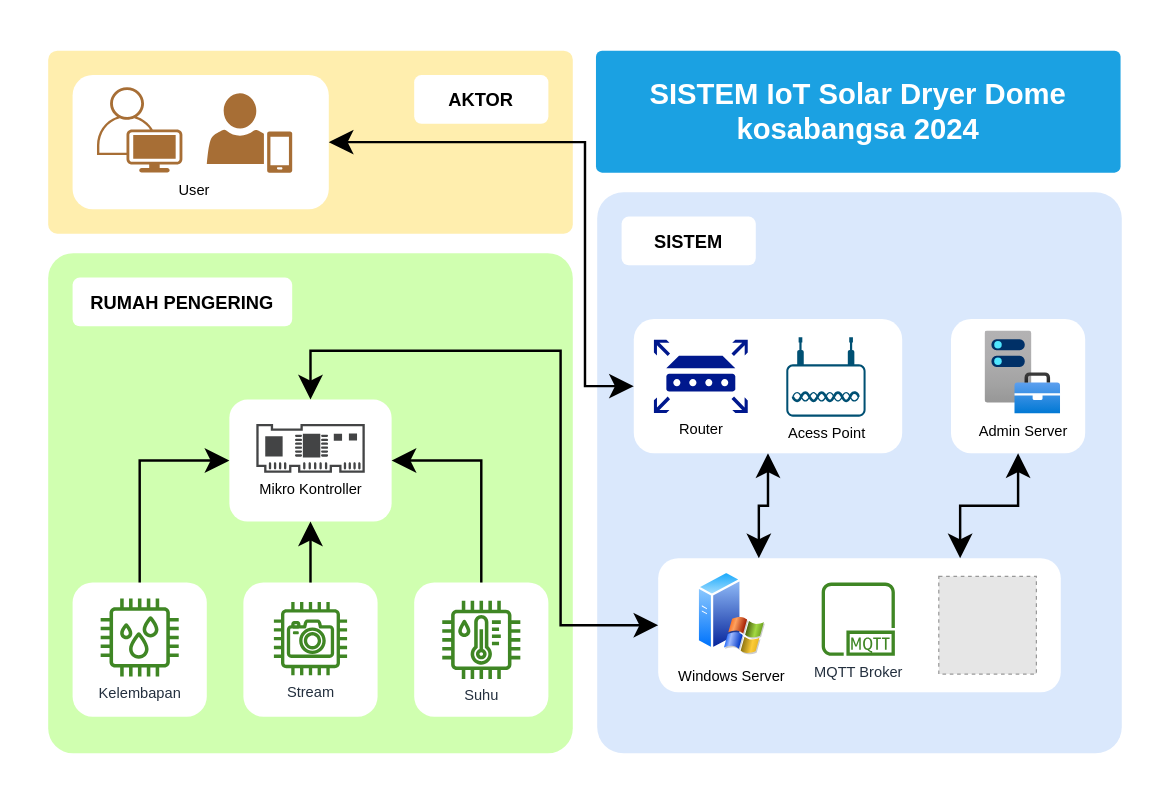
Before: iot/sketch/sketch.drawio in syukrillah0108/Kosabangsa2024, a draw.io diagram. Source tidied: cells renumbered, new cells numbered last; positions are measured from the earlier drawing's top-left corner, leaving out a move shared by most shapes. Both pictures are drawn from the tidied source at 122%, with x=0, y=0 at pixel (21, 21). Pictures stored in the file or linked from it are replaced by grey dashed boxes.
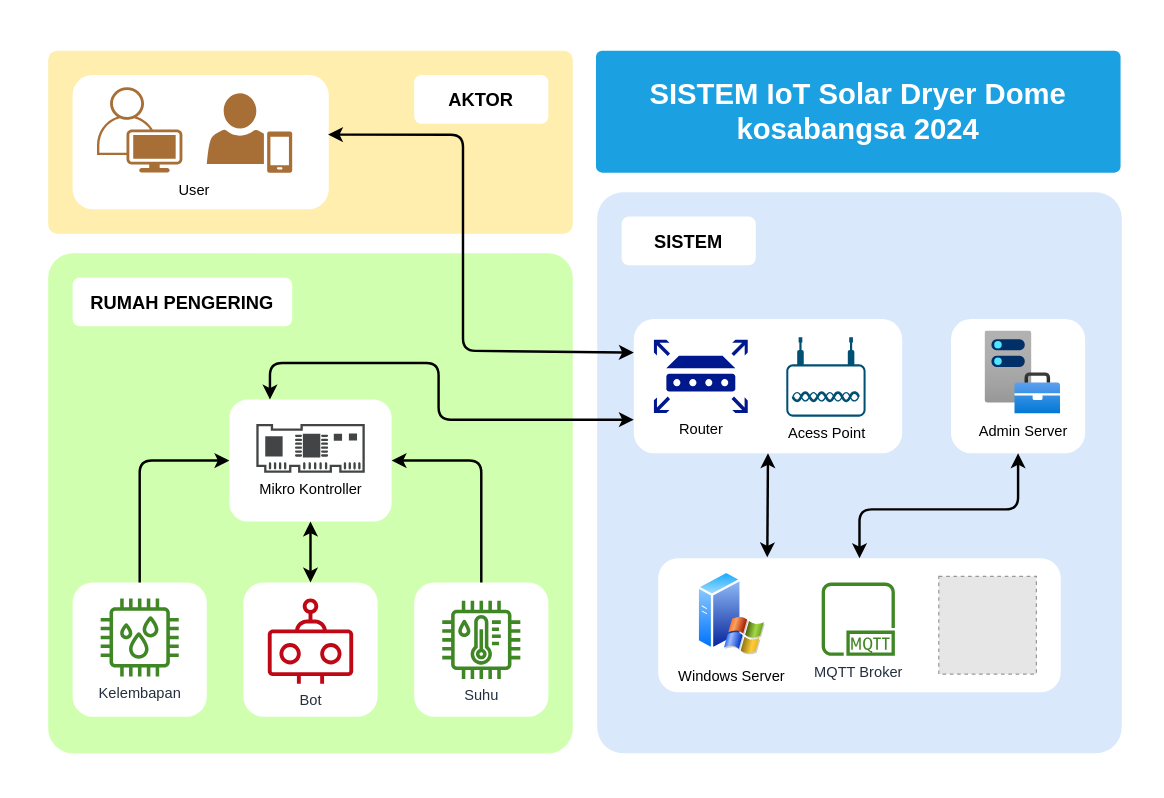
The same page after the edit.

Commit message (it also covers changes not shown here):
uodate sketch

Unchanged cells that the change refers to:
```xml
<mxCell id="7" style="rounded=1;whiteSpace=wrap;html=1;strokeColor=none;" parent="6" vertex="1">
  <mxGeometry width="110" height="110" as="geometry" />
</mxCell>
<mxCell id="9" style="rounded=1;whiteSpace=wrap;html=1;strokeColor=none;" parent="1" vertex="1">
  <mxGeometry x="522" y="440" width="330" height="110" as="geometry" />
</mxCell>
<mxCell id="14" style="rounded=1;whiteSpace=wrap;html=1;strokeColor=none;" parent="13" vertex="1">
  <mxGeometry width="220" height="110" as="geometry" />
</mxCell>
<mxCell id="20" style="rounded=1;whiteSpace=wrap;html=1;strokeColor=none;" parent="19" vertex="1">
  <mxGeometry width="210" height="110" as="geometry" />
</mxCell>
<mxCell id="28" style="rounded=1;whiteSpace=wrap;html=1;strokeColor=none;" parent="27" vertex="1">
  <mxGeometry width="110" height="110" as="geometry" />
</mxCell>
<mxCell id="31" style="rounded=1;whiteSpace=wrap;html=1;strokeColor=none;" parent="30" vertex="1">
  <mxGeometry width="110" height="110" as="geometry" />
</mxCell>
<mxCell id="34" style="rounded=1;whiteSpace=wrap;html=1;strokeColor=none;" parent="33" vertex="1">
  <mxGeometry width="133" height="100" as="geometry" />
</mxCell>
```

What changed in the source:
```diff
@@
-    <mxCell id="5" style="endArrow=classic;startArrow=classic;html=1;rounded=0;fontSize=15;startSize=14;endSize=14;sourcePerimeterSpacing=8;targetPerimeterSpacing=8;exitX=0.5;exitY=1;exitDx=0;exitDy=0;entryX=0.25;entryY=0;entryDx=0;entryDy=0;strokeWidth=2;edgeStyle=orthogonalEdgeStyle;" parent="1" edge="1" source="14" target="9">
-      <mxGeometry relative="1" as="geometry" />
-    </mxCell>
@@
-    <mxCell id="17" style="endArrow=classic;startArrow=classic;html=1;rounded=0;fontSize=15;startSize=14;endSize=14;sourcePerimeterSpacing=8;targetPerimeterSpacing=8;exitX=0.5;exitY=1;exitDx=0;exitDy=0;entryX=0.75;entryY=0;entryDx=0;entryDy=0;strokeWidth=2;edgeStyle=orthogonalEdgeStyle;" parent="1" edge="1" source="7" target="9">
-      <mxGeometry relative="1" as="geometry" />
-    </mxCell>
@@
     <mxCell id="27" style="group;" parent="1" vertex="1">
-      <mxGeometry x="322" y="460" width="110" height="110" as="geometry" />
+      <mxGeometry x="322" y="460" width="138" height="110" as="geometry" />
     </mxCell>
@@
+    <mxCell id="45" style="rounded=1;whiteSpace=wrap;html=1;strokeColor=none;" parent="1" vertex="1">
+      <mxGeometry x="182" y="460" width="110" height="110" as="geometry" />
+    </mxCell>
+    <mxCell id="46" value="Bot" style="sketch=0;fontColor=#232F3E;gradientColor=none;fillColor=#BF0816;strokeColor=none;dashed=0;verticalLabelPosition=bottom;verticalAlign=top;align=center;html=1;fontSize=12;fontStyle=0;shape=mxgraph.aws4.waf_bot;" parent="1" vertex="1">
+      <mxGeometry x="202" y="473" width="70" height="70" as="geometry" />
+    </mxCell>
+    <mxCell id="47" style="endArrow=classic;startArrow=classic;html=1;strokeWidth=2;exitX=0.5;exitY=0;exitDx=0;exitDy=0;entryX=0.5;entryY=1;entryDx=0;entryDy=0;" parent="1" edge="1" source="45" target="34">
+      <mxGeometry relative="1" as="geometry" />
+    </mxCell>
-    <mxCell id="37" style="endArrow=classic;html=1;rounded=0;strokeWidth=2;fontSize=12;startSize=14;endSize=14;sourcePerimeterSpacing=8;targetPerimeterSpacing=8;exitX=0.5;exitY=0;exitDx=0;exitDy=0;entryX=0;entryY=0.5;entryDx=0;entryDy=0;" parent="1" edge="1" source="31" target="34">
+    <mxCell id="37" style="endArrow=classic;html=1;strokeWidth=2;exitX=0.5;exitY=0;exitDx=0;exitDy=0;entryX=0;entryY=0.5;entryDx=0;entryDy=0;" parent="1" edge="1" source="31" target="34">
       <mxGeometry relative="1" as="geometry">
         <Array as="points">
           <mxPoint x="97" y="360" />
         </Array>
       </mxGeometry>
     </mxCell>
-    <mxCell id="38" style="endArrow=classic;html=1;rounded=0;strokeWidth=2;fontSize=12;startSize=14;endSize=14;sourcePerimeterSpacing=8;targetPerimeterSpacing=8;exitX=0.5;exitY=0;exitDx=0;exitDy=0;entryX=1;entryY=0.5;entryDx=0;entryDy=0;" parent="1" edge="1" source="28" target="34">
+    <mxCell id="38" style="endArrow=classic;html=1;strokeWidth=2;exitX=0.5;exitY=0;exitDx=0;exitDy=0;entryX=1;entryY=0.5;entryDx=0;entryDy=0;" parent="1" edge="1" source="28" target="34">
       <mxGeometry relative="1" as="geometry">
         <Array as="points">
           <mxPoint x="377" y="360" />
         </Array>
       </mxGeometry>
     </mxCell>
-    <mxCell id="39" style="group;" parent="1" vertex="1">
-      <mxGeometry x="182" y="460" width="110" height="110" as="geometry" />
-    </mxCell>
-    <mxCell id="40" style="rounded=1;whiteSpace=wrap;html=1;strokeColor=none;" parent="39" vertex="1">
-      <mxGeometry width="110" height="110" as="geometry" />
-    </mxCell>
-    <mxCell id="41" value="Stream" style="sketch=0;fontColor=#232F3E;gradientColor=none;fillColor=#3F8624;strokeColor=none;dashed=0;verticalLabelPosition=bottom;verticalAlign=top;align=center;html=1;fontSize=12;fontStyle=0;shape=mxgraph.aws4.camera;" parent="39" vertex="1">
-      <mxGeometry x="25" y="16" width="60" height="60" as="geometry" />
-    </mxCell>
-    <mxCell id="42" style="endArrow=classic;html=1;rounded=0;strokeWidth=2;fontSize=12;startSize=14;endSize=14;sourcePerimeterSpacing=8;targetPerimeterSpacing=8;entryX=0.5;entryY=1;entryDx=0;entryDy=0;exitX=0.5;exitY=0;exitDx=0;exitDy=0;" parent="1" edge="1" source="40" target="34">
-      <mxGeometry relative="1" as="geometry" />
-    </mxCell>
-    <mxCell id="43" style="endArrow=classic;startArrow=classic;html=1;rounded=0;strokeWidth=2;fontSize=18;startSize=14;endSize=14;sourcePerimeterSpacing=8;targetPerimeterSpacing=8;exitX=0.5;exitY=0;exitDx=0;exitDy=0;entryX=0;entryY=0.5;entryDx=0;entryDy=0;edgeStyle=orthogonalEdgeStyle;" parent="1" edge="1" source="34" target="9">
-      <mxGeometry relative="1" as="geometry">
-        <Array as="points">
-          <mxPoint x="237" y="270" />
-          <mxPoint x="442" y="270" />
-          <mxPoint x="442" y="495" />
-        </Array>
-      </mxGeometry>
-    </mxCell>
-    <mxCell id="44" style="endArrow=classic;startArrow=classic;html=1;rounded=0;strokeWidth=2;fontSize=18;startSize=14;endSize=14;sourcePerimeterSpacing=8;targetPerimeterSpacing=8;exitX=1;exitY=0.5;exitDx=0;exitDy=0;entryX=0;entryY=0.5;entryDx=0;entryDy=0;edgeStyle=orthogonalEdgeStyle;" parent="1" edge="1" source="20" target="14">
+    <mxCell id="44" style="endArrow=classic;startArrow=classic;html=1;strokeWidth=2;exitX=0.997;exitY=0.444;exitDx=0;exitDy=0;entryX=0;entryY=0.25;entryDx=0;entryDy=0;exitPerimeter=0;" parent="1" edge="1" source="20" target="14">
       <mxGeometry relative="1" as="geometry">
         <Array as="points">
-          <mxPoint x="462" y="99" />
-          <mxPoint x="462" y="299" />
+          <mxPoint x="362" y="93" />
+          <mxPoint x="362" y="270" />
         </Array>
       </mxGeometry>
     </mxCell>
+    <mxCell id="48" style="endArrow=classic;startArrow=classic;html=1;strokeWidth=2;exitX=0.271;exitY=-0.006;exitDx=0;exitDy=0;entryX=0.5;entryY=1;entryDx=0;entryDy=0;exitPerimeter=0;" parent="1" edge="1" source="9" target="14">
+      <mxGeometry relative="1" as="geometry" />
+    </mxCell>
+    <mxCell id="49" style="endArrow=classic;startArrow=classic;html=1;strokeWidth=2;exitX=0.5;exitY=0;exitDx=0;exitDy=0;entryX=0.5;entryY=1;entryDx=0;entryDy=0;" parent="1" edge="1" source="9" target="7">
+      <mxGeometry relative="1" as="geometry">
+        <Array as="points">
+          <mxPoint x="687" y="400" />
+          <mxPoint x="817" y="400" />
+        </Array>
+      </mxGeometry>
+    </mxCell>
+    <mxCell id="50" style="endArrow=classic;startArrow=classic;html=1;strokeWidth=2;exitX=0;exitY=0.75;exitDx=0;exitDy=0;entryX=0.25;entryY=0;entryDx=0;entryDy=0;edgeStyle=orthogonalEdgeStyle;" parent="1" edge="1" source="14" target="34">
+      <mxGeometry relative="1" as="geometry">
+        <Array as="points">
+          <mxPoint x="342" y="327" />
+          <mxPoint x="342" y="280" />
+          <mxPoint x="204" y="280" />
+        </Array>
+      </mxGeometry>
+    </mxCell>
```
